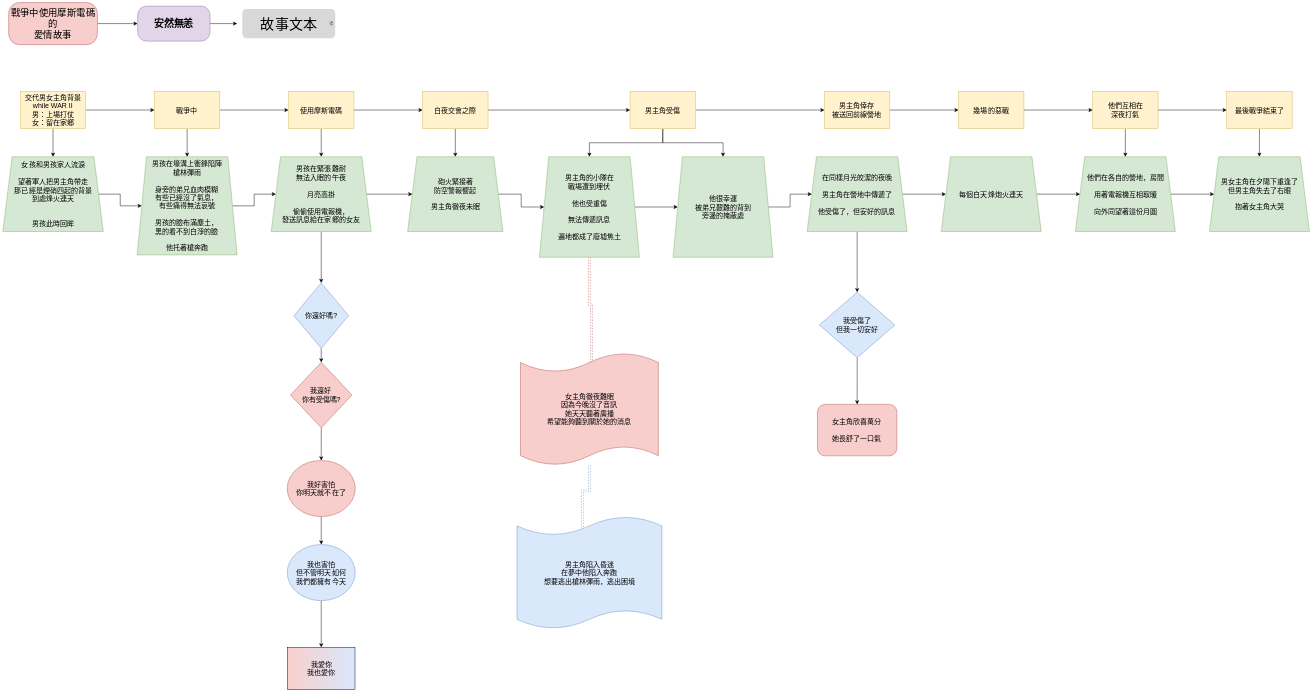
bridgerhung/wiki_NYUST keeps this draw.io diagram as docs/class/wen/Story/embed.svg. Above is the earlier version. Source tidied: cells renumbered, new cells last; positions are measured from the earlier drawing's top-left corner, leaving out a move shared by most shapes.
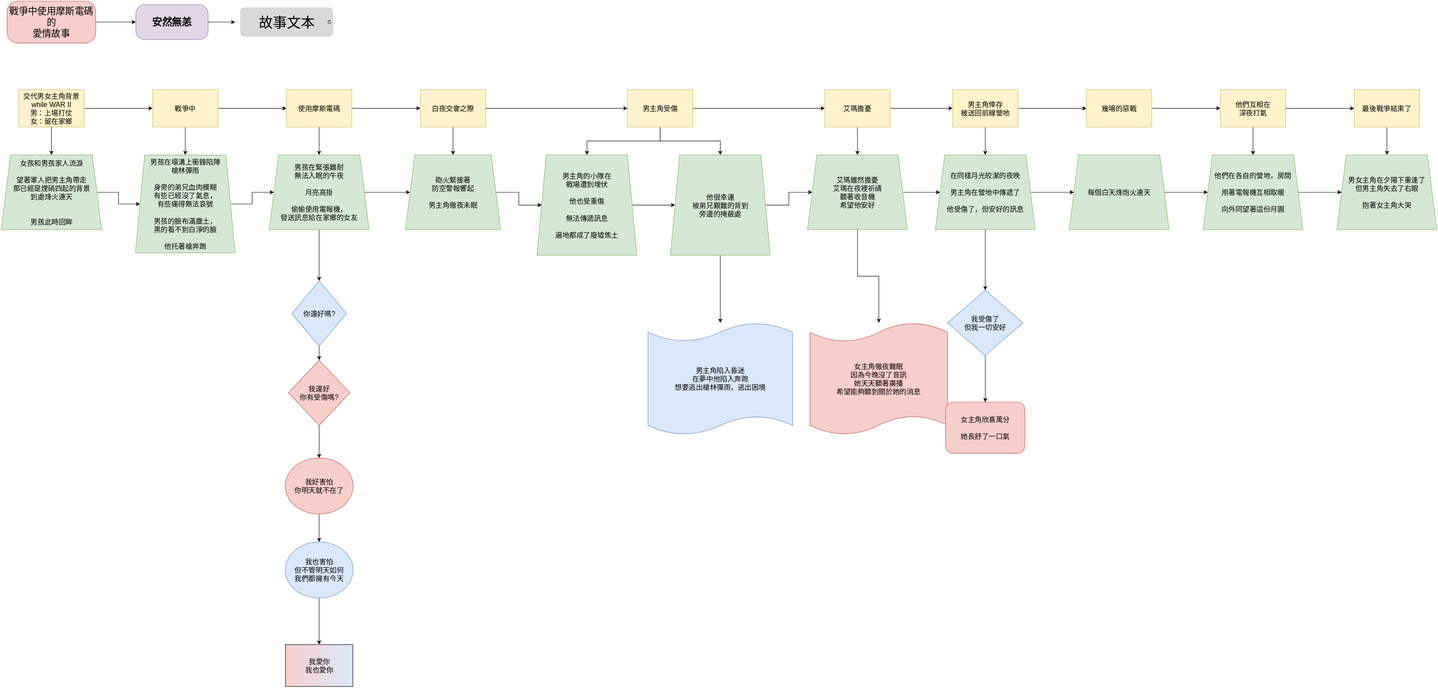
The same diagram one commit later.

Change to the diagram source:
```diff
@@ -86,38 +86,35 @@
     <mxCell id="29" style="edgeStyle=orthogonalEdgeStyle;rounded=0;jettySize=auto;html=1;entryX=0.5;entryY=0;entryDx=0;entryDy=0;" parent="1" edge="1" source="32" target="35">
       <mxGeometry relative="1" as="geometry" />
     </mxCell>
-    <mxCell id="30" style="edgeStyle=orthogonalEdgeStyle;rounded=0;jettySize=auto;html=1;" parent="1" edge="1" source="32" target="40">
-      <mxGeometry relative="1" as="geometry" />
-    </mxCell>
     <mxCell id="31" style="edgeStyle=orthogonalEdgeStyle;rounded=0;jettySize=auto;html=1;entryX=0.5;entryY=0;entryDx=0;entryDy=0;" parent="1" edge="1" source="32" target="61">
       <mxGeometry relative="1" as="geometry" />
     </mxCell>
+    <mxCell id="69" style="edgeStyle=orthogonalEdgeStyle;rounded=0;jettySize=auto;html=1;" parent="1" edge="1" source="32" target="75">
+      <mxGeometry relative="1" as="geometry" />
+    </mxCell>
     <mxCell id="32" value="男主角受傷" style="rounded=0;whiteSpace=wrap;html=1;fillColor=#fff2cc;strokeColor=#d6b656;fontSize=15;" parent="1" vertex="1">
       <mxGeometry x="1342" y="190" width="140" height="80" as="geometry" />
     </mxCell>
-    <mxCell id="33" style="edgeStyle=orthogonalEdgeStyle;jettySize=auto;html=1;rounded=0;shape=link;dashed=1;entryX=0.515;entryY=0.186;entryDx=0;entryDy=0;entryPerimeter=0;fillColor=#f8cecc;strokeColor=#b85450;" parent="1" edge="1" source="35" target="37">
-      <mxGeometry relative="1" as="geometry" />
-    </mxCell>
     <mxCell id="34" style="edgeStyle=orthogonalEdgeStyle;rounded=0;jettySize=auto;html=1;" parent="1" edge="1" source="35" target="61">
       <mxGeometry relative="1" as="geometry" />
     </mxCell>
     <mxCell id="35" value="男主角的小隊在&lt;br&gt;戰場遭到埋伏&lt;br&gt;&lt;br&gt;他也受重傷&lt;br&gt;&lt;br&gt;無法傳遞訊息&lt;br&gt;&lt;br&gt;遍地都成了廢墟焦土" style="shape=trapezoid;perimeter=trapezoidPerimeter;whiteSpace=wrap;html=1;fixedSize=1;fontSize=15;fillColor=#d5e8d4;strokeColor=#82b366;rounded=0;" parent="1" vertex="1">
       <mxGeometry x="1148" y="330" width="214" height="215" as="geometry" />
     </mxCell>
-    <mxCell id="36" style="edgeStyle=orthogonalEdgeStyle;rounded=0;jettySize=auto;html=1;entryX=0.452;entryY=0.249;entryDx=0;entryDy=0;entryPerimeter=0;shape=link;dashed=1;fillColor=#dae8fc;strokeColor=#6c8ebf;" parent="1" edge="1" source="37" target="38">
-      <mxGeometry relative="1" as="geometry" />
-    </mxCell>
     <mxCell id="37" value="女主角徹夜難眠&lt;br&gt;因為今晚沒了音訊&lt;br&gt;她天天聽著廣播&lt;br&gt;希望能夠聽到關於她的消息" style="shape=tape;whiteSpace=wrap;html=1;fillColor=#f8cecc;strokeColor=#b85450;fontSize=15;size=0.1694915254237288;" parent="1" vertex="1">
-      <mxGeometry x="1107.5" y="750" width="295" height="240" as="geometry" />
+      <mxGeometry x="1733.2" y="690" width="295" height="240" as="geometry" />
     </mxCell>
     <mxCell id="38" value="男主角陷入昏迷&lt;br&gt;在夢中他陷入奔跑&lt;br&gt;想要逃出槍林彈雨，逃出困境" style="shape=tape;whiteSpace=wrap;html=1;fillColor=#dae8fc;strokeColor=#6c8ebf;fontSize=15;size=0.16666666666666857;" parent="1" vertex="1">
-      <mxGeometry x="1100" y="1100" width="310" height="240" as="geometry" />
+      <mxGeometry x="1386" y="690" width="310" height="240" as="geometry" />
     </mxCell>
     <mxCell id="39" style="edgeStyle=orthogonalEdgeStyle;rounded=0;jettySize=auto;html=1;" parent="1" edge="1" source="40" target="63">
       <mxGeometry relative="1" as="geometry" />
     </mxCell>
+    <mxCell id="70" style="edgeStyle=orthogonalEdgeStyle;rounded=0;jettySize=auto;html=1;entryX=0.5;entryY=0;entryDx=0;entryDy=0;" parent="1" edge="1" source="40" target="43">
+      <mxGeometry relative="1" as="geometry" />
+    </mxCell>
     <mxCell id="40" value="男主角倖存&lt;br&gt;被送回前線營地" style="rounded=0;whiteSpace=wrap;html=1;fillColor=#fff2cc;strokeColor=#d6b656;fontSize=15;" parent="1" vertex="1">
-      <mxGeometry x="1758" y="190" width="140" height="80" as="geometry" />
+      <mxGeometry x="2039" y="190" width="140" height="80" as="geometry" />
     </mxCell>
     <mxCell id="41" style="edgeStyle=orthogonalEdgeStyle;rounded=0;jettySize=auto;html=1;entryX=0.5;entryY=0;entryDx=0;entryDy=0;" parent="1" edge="1" source="43" target="46">
       <mxGeometry relative="1" as="geometry" />
@@ -126,16 +123,16 @@
       <mxGeometry relative="1" as="geometry" />
     </mxCell>
     <mxCell id="43" value="在同樣月光皎潔的夜晚&lt;br&gt;&lt;br&gt;男主角在營地中傳遞了&lt;br&gt;&lt;br&gt;他受傷了，但安好的訊息" style="shape=trapezoid;perimeter=trapezoidPerimeter;whiteSpace=wrap;html=1;fixedSize=1;fontSize=15;fillColor=#d5e8d4;strokeColor=#82b366;rounded=0;" parent="1" vertex="1">
-      <mxGeometry x="1721" y="330" width="214" height="160" as="geometry" />
+      <mxGeometry x="2002" y="330" width="214" height="160" as="geometry" />
     </mxCell>
     <mxCell id="44" value="女主角欣喜萬分&lt;br&gt;&lt;br&gt;她長舒了一口氣" style="rounded=1;whiteSpace=wrap;html=1;fillColor=#f8cecc;strokeColor=#b85450;fontSize=15;" parent="1" vertex="1">
-      <mxGeometry x="1743" y="860" width="170" height="110" as="geometry" />
+      <mxGeometry x="2024" y="860" width="170" height="110" as="geometry" />
     </mxCell>
     <mxCell id="45" style="edgeStyle=orthogonalEdgeStyle;rounded=0;jettySize=auto;html=1;" parent="1" edge="1" source="46" target="44">
       <mxGeometry relative="1" as="geometry" />
     </mxCell>
     <mxCell id="46" value="我受傷了&lt;br&gt;但我一切安好" style="rhombus;whiteSpace=wrap;html=1;fontSize=15;fillColor=#dae8fc;strokeColor=#6c8ebf;rounded=0;" parent="1" vertex="1">
-      <mxGeometry x="1747.2" y="620" width="161.5" height="140" as="geometry" />
+      <mxGeometry x="2028.2" y="620" width="161.5" height="140" as="geometry" />
     </mxCell>
     <mxCell id="47" style="edgeStyle=orthogonalEdgeStyle;rounded=0;jettySize=auto;html=1;entryX=0.5;entryY=0;entryDx=0;entryDy=0;" parent="1" edge="1" source="49" target="51">
       <mxGeometry relative="1" as="geometry" />
@@ -144,22 +141,22 @@
       <mxGeometry relative="1" as="geometry" />
     </mxCell>
     <mxCell id="49" value="他們互相在&lt;br&gt;深夜打氣" style="rounded=0;whiteSpace=wrap;html=1;fillColor=#fff2cc;strokeColor=#d6b656;fontSize=15;" parent="1" vertex="1">
-      <mxGeometry x="2332" y="190" width="140" height="80" as="geometry" />
+      <mxGeometry x="2613" y="190" width="140" height="80" as="geometry" />
     </mxCell>
     <mxCell id="50" style="edgeStyle=orthogonalEdgeStyle;rounded=0;jettySize=auto;html=1;" parent="1" edge="1" source="51" target="54">
       <mxGeometry relative="1" as="geometry" />
     </mxCell>
     <mxCell id="51" value="他們在各自的營地，房間&lt;br&gt;&lt;br&gt;用著電報機互相取暖&lt;br&gt;&lt;br&gt;向外同望著這份月圓" style="shape=trapezoid;perimeter=trapezoidPerimeter;whiteSpace=wrap;html=1;fixedSize=1;fontSize=15;fillColor=#d5e8d4;strokeColor=#82b366;rounded=0;" parent="1" vertex="1">
-      <mxGeometry x="2295" y="330" width="214" height="160" as="geometry" />
+      <mxGeometry x="2576" y="330" width="214" height="160" as="geometry" />
     </mxCell>
     <mxCell id="52" style="edgeStyle=orthogonalEdgeStyle;rounded=0;jettySize=auto;html=1;exitX=0.5;exitY=1;exitDx=0;exitDy=0;entryX=0.5;entryY=0;entryDx=0;entryDy=0;" parent="1" edge="1" source="53" target="54">
       <mxGeometry relative="1" as="geometry" />
     </mxCell>
     <mxCell id="53" value="最後戰爭結束了" style="rounded=0;whiteSpace=wrap;html=1;fillColor=#fff2cc;strokeColor=#d6b656;fontSize=15;" parent="1" vertex="1">
-      <mxGeometry x="2619" y="190" width="140" height="80" as="geometry" />
+      <mxGeometry x="2900" y="190" width="140" height="80" as="geometry" />
     </mxCell>
     <mxCell id="54" value="男女主角在夕陽下重逢了&lt;br style=&quot;border-color: var(--border-color);&quot;&gt;但男主角失去了右眼&lt;br style=&quot;border-color: var(--border-color);&quot;&gt;&lt;br style=&quot;border-color: var(--border-color);&quot;&gt;抱著女主角大哭" style="shape=trapezoid;perimeter=trapezoidPerimeter;whiteSpace=wrap;html=1;fixedSize=1;fontSize=15;fillColor=#d5e8d4;strokeColor=#82b366;rounded=0;" parent="1" vertex="1">
-      <mxGeometry x="2582" y="330" width="214" height="160" as="geometry" />
+      <mxGeometry x="2863" y="330" width="214" height="160" as="geometry" />
     </mxCell>
     <mxCell id="55" style="edgeStyle=orthogonalEdgeStyle;rounded=0;jettySize=auto;html=1;entryX=0;entryY=0.5;entryDx=0;entryDy=0;" parent="1" edge="1" source="57" target="32">
       <mxGeometry relative="1" as="geometry" />
@@ -176,9 +173,12 @@
     <mxCell id="59" value="砲火緊接著&lt;br&gt;防空警報響起&lt;br&gt;&lt;br&gt;男主角徹夜未眠" style="shape=trapezoid;perimeter=trapezoidPerimeter;whiteSpace=wrap;html=1;fixedSize=1;fontSize=15;fillColor=#d5e8d4;strokeColor=#82b366;rounded=0;" parent="1" vertex="1">
       <mxGeometry x="866" y="330" width="204" height="160" as="geometry" />
     </mxCell>
-    <mxCell id="60" style="edgeStyle=orthogonalEdgeStyle;rounded=0;jettySize=auto;html=1;exitX=1;exitY=0.5;exitDx=0;exitDy=0;" parent="1" edge="1" source="61" target="43">
-      <mxGeometry relative="1" as="geometry" />
-    </mxCell>
+    <mxCell id="71" style="edgeStyle=orthogonalEdgeStyle;rounded=0;jettySize=auto;html=1;" parent="1" edge="1" source="61" target="78">
+      <mxGeometry relative="1" as="geometry" />
+    </mxCell>
+    <mxCell id="72" style="edgeStyle=orthogonalEdgeStyle;rounded=0;jettySize=auto;html=1;" parent="1" edge="1" source="61" target="38">
+      <mxGeometry relative="1" as="geometry" />
+    </mxCell>
     <mxCell id="61" value="他很幸運&lt;br&gt;被弟兄艱難的背到&lt;br&gt;旁邊的掩蔽處" style="shape=trapezoid;perimeter=trapezoidPerimeter;whiteSpace=wrap;html=1;fixedSize=1;fontSize=15;fillColor=#d5e8d4;strokeColor=#82b366;rounded=0;" parent="1" vertex="1">
       <mxGeometry x="1434" y="330" width="214" height="215" as="geometry" />
     </mxCell>
@@ -186,13 +186,13 @@
       <mxGeometry relative="1" as="geometry" />
     </mxCell>
     <mxCell id="63" value="幾場的惡戰" style="rounded=0;whiteSpace=wrap;html=1;fillColor=#fff2cc;strokeColor=#d6b656;fontSize=15;" parent="1" vertex="1">
-      <mxGeometry x="2045" y="190" width="140" height="80" as="geometry" />
+      <mxGeometry x="2326" y="190" width="140" height="80" as="geometry" />
     </mxCell>
     <mxCell id="64" style="edgeStyle=orthogonalEdgeStyle;rounded=0;jettySize=auto;html=1;" parent="1" edge="1" source="65" target="51">
       <mxGeometry relative="1" as="geometry" />
     </mxCell>
     <mxCell id="65" value="每個白天烽炮火連天" style="shape=trapezoid;perimeter=trapezoidPerimeter;whiteSpace=wrap;html=1;fixedSize=1;fontSize=15;fillColor=#d5e8d4;strokeColor=#82b366;rounded=0;" parent="1" vertex="1">
-      <mxGeometry x="2008" y="330" width="214" height="160" as="geometry" />
+      <mxGeometry x="2289" y="330" width="214" height="160" as="geometry" />
     </mxCell>
     <mxCell id="66" style="edgeStyle=orthogonalEdgeStyle;rounded=0;jettySize=auto;html=1;exitX=1;exitY=0.5;exitDx=0;exitDy=0;" parent="1" edge="1" source="67" target="68">
       <mxGeometry relative="1" as="geometry" />
@@ -203,5 +203,23 @@
     <mxCell id="68" value="&lt;a href=&quot;https://wiki.brid.gq/class/wen/Story/Love_story_V1&quot;&gt;&lt;font style=&quot;font-size: 30px;&quot;&gt;故事文本&lt;/font&gt;&lt;/a&gt;" style="html=1;strokeWidth=1;shadow=0;dashed=0;shape=mxgraph.ios7ui.url;buttonText=;strokeColor2=#222222;fontSize=8;spacingTop=2;align=center;whiteSpace=wrap;" parent="1" vertex="1">
       <mxGeometry x="501" width="221" height="90" as="geometry" />
     </mxCell>
+    <mxCell id="73" style="edgeStyle=orthogonalEdgeStyle;rounded=0;jettySize=auto;html=1;" parent="1" edge="1" source="75" target="40">
+      <mxGeometry relative="1" as="geometry" />
+    </mxCell>
+    <mxCell id="74" style="edgeStyle=orthogonalEdgeStyle;rounded=0;jettySize=auto;html=1;entryX=0.5;entryY=0;entryDx=0;entryDy=0;" parent="1" edge="1" source="75" target="78">
+      <mxGeometry relative="1" as="geometry" />
+    </mxCell>
+    <mxCell id="75" value="艾瑪擔憂" style="rounded=0;whiteSpace=wrap;html=1;fillColor=#fff2cc;strokeColor=#d6b656;fontSize=15;" parent="1" vertex="1">
+      <mxGeometry x="1765" y="190" width="140" height="80" as="geometry" />
+    </mxCell>
+    <mxCell id="76" style="edgeStyle=orthogonalEdgeStyle;rounded=0;jettySize=auto;html=1;entryX=0;entryY=0.5;entryDx=0;entryDy=0;" parent="1" edge="1" source="78" target="43">
+      <mxGeometry relative="1" as="geometry" />
+    </mxCell>
+    <mxCell id="77" style="edgeStyle=orthogonalEdgeStyle;rounded=0;jettySize=auto;html=1;exitX=0.5;exitY=1;exitDx=0;exitDy=0;" parent="1" edge="1" source="78" target="37">
+      <mxGeometry relative="1" as="geometry" />
+    </mxCell>
+    <mxCell id="78" value="艾瑪雖然擔憂&lt;br&gt;艾瑪在夜裡祈禱&lt;br&gt;聽著收音機&lt;br&gt;希望他安好" style="shape=trapezoid;perimeter=trapezoidPerimeter;whiteSpace=wrap;html=1;fixedSize=1;fontSize=15;fillColor=#d5e8d4;strokeColor=#82b366;rounded=0;" parent="1" vertex="1">
+      <mxGeometry x="1728" y="330" width="214" height="160" as="geometry" />
+    </mxCell>
   </root>
 </mxGraphModel>
```
